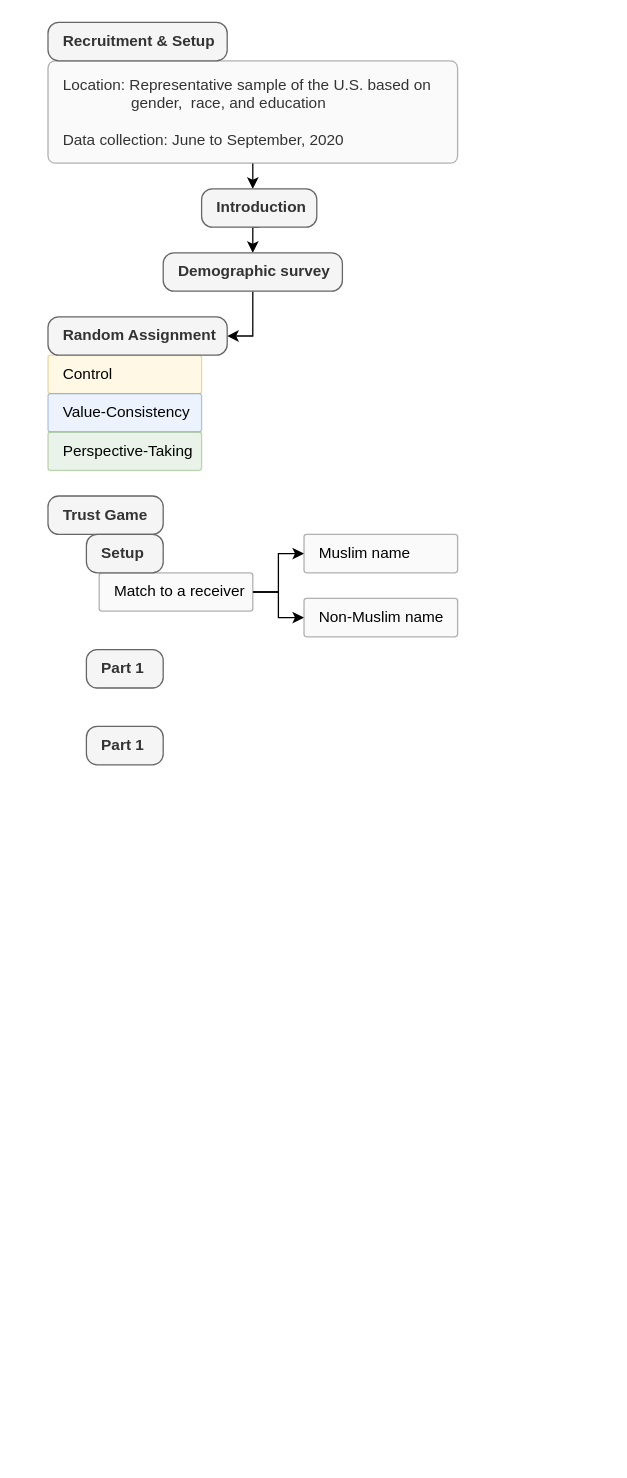
Earlier version of the draw.io diagram Muslim.drawio (changgge/changgge). Source tidied: cells renumbered, new cells numbered last; positions are measured from the earlier drawing's top-left corner, leaving out a move shared by most shapes. Both pictures are drawn from the tidied source at 128%, with x=0, y=0 at pixel (47, 22).
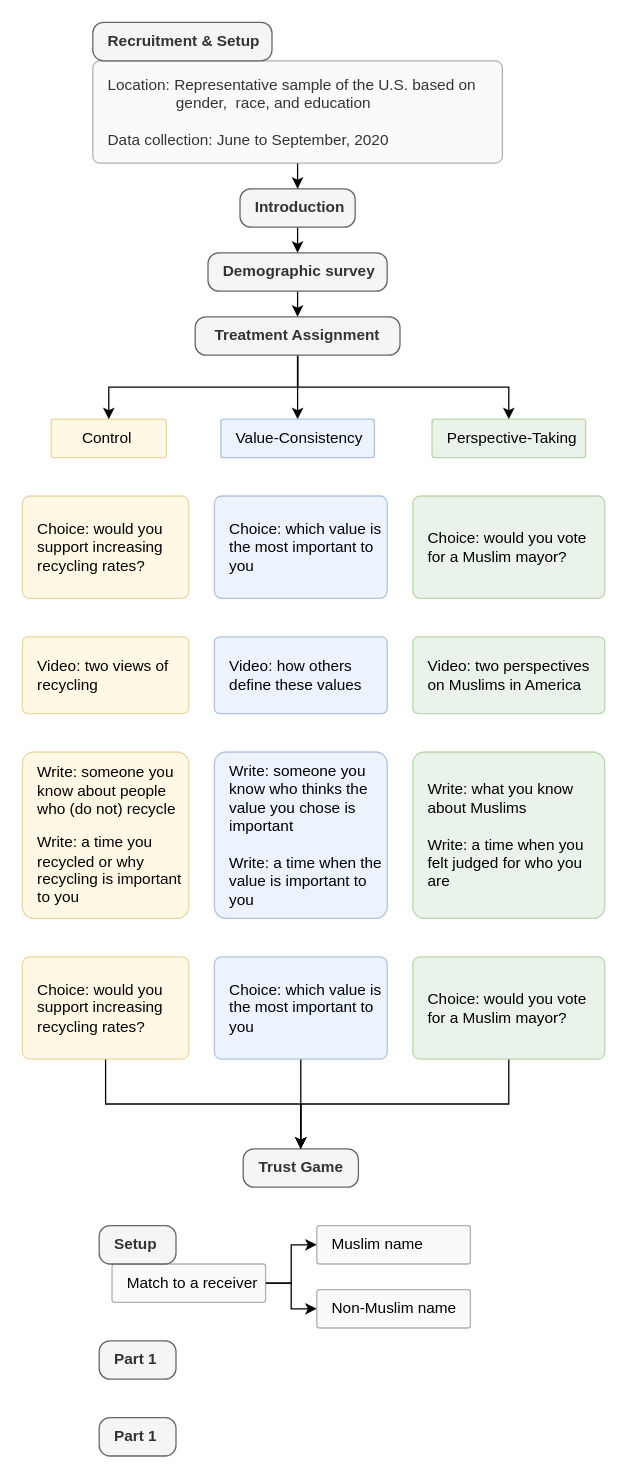
Above is the later version.

Diff of the diagram source:
```diff
@@
-    <mxCell id="2" style="edgeStyle=orthogonalEdgeStyle;rounded=0;jettySize=auto;html=1;" parent="1" edge="1" source="3">
-      <mxGeometry relative="1" as="geometry">
-        <mxPoint x="160" y="130" as="targetPoint" />
-      </mxGeometry>
-    </mxCell>
+    <mxCell id="22" style="edgeStyle=orthogonalEdgeStyle;rounded=0;jettySize=auto;html=1;exitX=0.5;exitY=1;exitDx=0;exitDy=0;" parent="1" edge="1" source="3" target="7">
+      <mxGeometry relative="1" as="geometry" />
+    </mxCell>
     <mxCell id="3" value="Location: Representative sample of the U.S. based on&amp;nbsp;&lt;div&gt;&lt;span style=&quot;white-space: pre;&quot;&gt;&#9;&lt;/span&gt;&lt;span style=&quot;white-space: pre;&quot;&gt;&#9;&lt;/span&gt;gender, &amp;nbsp;race, and education&lt;div&gt;&lt;br&gt;&lt;/div&gt;&lt;div&gt;&lt;span style=&quot;white-space: pre;&quot;&gt;Data collection: June to September, 2020&lt;/span&gt;&lt;/div&gt;&lt;/div&gt;" style="rounded=1;whiteSpace=wrap;html=1;align=left;spacingLeft=10;fillColor=#f5f5f5;strokeColor=#666666;arcSize=7;opacity=50;fontColor=#333333;" parent="1" vertex="1">
-      <mxGeometry y="30" width="320" height="80" as="geometry" />
+      <mxGeometry x="35" y="30" width="320" height="80" as="geometry" />
     </mxCell>
     <mxCell id="4" value="Recruitment &amp;amp; Setup" style="rounded=1;whiteSpace=wrap;html=1;align=left;spacingLeft=10;fillColor=#f5f5f5;strokeColor=#666666;arcSize=28;fontStyle=1;fontColor=#333333;" parent="1" vertex="1">
-      <mxGeometry width="140" height="30" as="geometry" />
+      <mxGeometry x="35" width="140" height="30" as="geometry" />
     </mxCell>
-    <mxCell id="5" value="&lt;span style=&quot;color: rgb(0, 0, 0);&quot;&gt;Control&amp;nbsp;&lt;/span&gt;" style="rounded=1;whiteSpace=wrap;html=1;align=left;spacingLeft=10;fillColor=#fff2cc;strokeColor=#d6b656;arcSize=7;opacity=50;" parent="1" vertex="1">
-      <mxGeometry y="260" width="120" height="30" as="geometry" />
+    <mxCell id="5" value="&lt;span style=&quot;color: rgb(0, 0, 0);&quot;&gt;Control&amp;nbsp;&lt;/span&gt;" style="rounded=1;whiteSpace=wrap;html=1;align=center;spacingLeft=0;fillColor=#fff2cc;strokeColor=#d6b656;arcSize=7;opacity=50;" parent="1" vertex="1">
+      <mxGeometry x="2.5" y="310" width="90" height="30" as="geometry" />
     </mxCell>
@@
     <mxCell id="7" value="Introduction" style="rounded=1;whiteSpace=wrap;html=1;align=left;spacingLeft=10;fillColor=#f5f5f5;strokeColor=#666666;arcSize=28;fontStyle=1;fontColor=#333333;" parent="1" vertex="1">
-      <mxGeometry x="120" y="130" width="90" height="30" as="geometry" />
+      <mxGeometry x="150" y="130" width="90" height="30" as="geometry" />
     </mxCell>
-    <mxCell id="8" style="edgeStyle=orthogonalEdgeStyle;rounded=0;jettySize=auto;html=1;exitX=0.5;exitY=1;exitDx=0;exitDy=0;entryX=1;entryY=0.5;entryDx=0;entryDy=0;" parent="1" edge="1" source="9" target="10">
+    <mxCell id="8" style="edgeStyle=orthogonalEdgeStyle;rounded=0;jettySize=auto;html=1;exitX=0.5;exitY=1;exitDx=0;exitDy=0;entryX=0.5;entryY=0;entryDx=0;entryDy=0;" parent="1" edge="1" source="9" target="10">
       <mxGeometry relative="1" as="geometry" />
     </mxCell>
     <mxCell id="9" value="Demographic survey" style="rounded=1;whiteSpace=wrap;html=1;align=left;spacingLeft=10;fillColor=#f5f5f5;strokeColor=#666666;arcSize=28;fontStyle=1;fontColor=#333333;" parent="1" vertex="1">
-      <mxGeometry x="90" y="180" width="140" height="30" as="geometry" />
+      <mxGeometry x="125" y="180" width="140" height="30" as="geometry" />
     </mxCell>
+    <mxCell id="23" style="edgeStyle=orthogonalEdgeStyle;rounded=0;jettySize=auto;html=1;exitX=0.5;exitY=1;exitDx=0;exitDy=0;entryX=0.5;entryY=0;entryDx=0;entryDy=0;" parent="1" edge="1" source="10" target="5">
+      <mxGeometry relative="1" as="geometry" />
+    </mxCell>
+    <mxCell id="24" style="edgeStyle=orthogonalEdgeStyle;rounded=0;jettySize=auto;html=1;exitX=0.5;exitY=1;exitDx=0;exitDy=0;entryX=0.5;entryY=0;entryDx=0;entryDy=0;" parent="1" edge="1" source="10" target="11">
+      <mxGeometry relative="1" as="geometry" />
+    </mxCell>
+    <mxCell id="25" style="edgeStyle=orthogonalEdgeStyle;rounded=0;jettySize=auto;html=1;exitX=0.5;exitY=1;exitDx=0;exitDy=0;entryX=0.5;entryY=0;entryDx=0;entryDy=0;" parent="1" edge="1" source="10" target="12">
+      <mxGeometry relative="1" as="geometry" />
+    </mxCell>
-    <mxCell id="10" value="Random Assignment" style="rounded=1;whiteSpace=wrap;html=1;align=left;spacingLeft=10;fillColor=#f5f5f5;strokeColor=#666666;arcSize=28;fontStyle=1;fontColor=#333333;" parent="1" vertex="1">
-      <mxGeometry y="230" width="140" height="30" as="geometry" />
+    <mxCell id="10" value="Treatment Assignment" style="rounded=1;whiteSpace=wrap;html=1;align=center;spacingLeft=0;fillColor=#f5f5f5;strokeColor=#666666;arcSize=28;fontStyle=1;fontColor=#333333;" parent="1" vertex="1">
+      <mxGeometry x="115" y="230" width="160" height="30" as="geometry" />
     </mxCell>
     <mxCell id="11" value="Value-Consistency" style="rounded=1;whiteSpace=wrap;html=1;align=left;spacingLeft=10;fillColor=#dae8fc;strokeColor=#6c8ebf;arcSize=7;opacity=50;" parent="1" vertex="1">
-      <mxGeometry y="290" width="120" height="30" as="geometry" />
+      <mxGeometry x="135" y="310" width="120" height="30" as="geometry" />
     </mxCell>
     <mxCell id="12" value="Perspective-Taking" style="rounded=1;whiteSpace=wrap;html=1;align=left;spacingLeft=10;fillColor=#d5e8d4;strokeColor=#82b366;arcSize=7;opacity=50;" parent="1" vertex="1">
-      <mxGeometry y="320" width="120" height="30" as="geometry" />
+      <mxGeometry x="300" y="310" width="120" height="30" as="geometry" />
     </mxCell>
     <mxCell id="13" value="Trust Game" style="rounded=1;whiteSpace=wrap;html=1;align=left;spacingLeft=10;fillColor=#f5f5f5;strokeColor=#666666;arcSize=28;fontStyle=1;fontColor=#333333;" parent="1" vertex="1">
-      <mxGeometry y="370" width="90" height="30" as="geometry" />
+      <mxGeometry x="152.5" y="880" width="90" height="30" as="geometry" />
     </mxCell>
     <mxCell id="14" style="edgeStyle=orthogonalEdgeStyle;rounded=0;jettySize=auto;html=1;exitX=1;exitY=0.5;exitDx=0;exitDy=0;entryX=0;entryY=0.5;entryDx=0;entryDy=0;" parent="1" edge="1" source="16" target="17">
       <mxGeometry relative="1" as="geometry">
         <Array as="points">
-          <mxPoint x="180" y="445" />
-          <mxPoint x="180" y="415" />
+          <mxPoint x="190" y="985" />
+          <mxPoint x="190" y="955" />
         </Array>
       </mxGeometry>
     </mxCell>
     <mxCell id="15" style="edgeStyle=orthogonalEdgeStyle;rounded=0;jettySize=auto;html=1;exitX=1;exitY=0.5;exitDx=0;exitDy=0;entryX=0;entryY=0.5;entryDx=0;entryDy=0;" parent="1" edge="1" source="16" target="18">
       <mxGeometry relative="1" as="geometry">
         <Array as="points">
-          <mxPoint x="180" y="445" />
-          <mxPoint x="180" y="465" />
+          <mxPoint x="190" y="985" />
+          <mxPoint x="190" y="1005" />
         </Array>
       </mxGeometry>
     </mxCell>
     <mxCell id="16" value="&lt;span style=&quot;color: rgb(0, 0, 0);&quot;&gt;Match to a receiver&lt;/span&gt;" style="rounded=1;whiteSpace=wrap;html=1;align=left;spacingLeft=10;fillColor=#f5f5f5;strokeColor=#666666;arcSize=7;opacity=50;fontColor=#333333;" parent="1" vertex="1">
-      <mxGeometry x="40" y="430" width="120" height="30" as="geometry" />
+      <mxGeometry x="50" y="970" width="120" height="30" as="geometry" />
     </mxCell>
     <mxCell id="17" value="&lt;span style=&quot;color: rgb(0, 0, 0);&quot;&gt;Muslim name&lt;/span&gt;" style="rounded=1;whiteSpace=wrap;html=1;align=left;spacingLeft=10;fillColor=#f5f5f5;strokeColor=#666666;arcSize=7;opacity=50;fontColor=#333333;" parent="1" vertex="1">
-      <mxGeometry x="200" y="400" width="120" height="30" as="geometry" />
+      <mxGeometry x="210" y="940" width="120" height="30" as="geometry" />
     </mxCell>
     <mxCell id="18" value="&lt;span style=&quot;color: rgb(0, 0, 0);&quot;&gt;Non-Muslim name&lt;/span&gt;" style="rounded=1;whiteSpace=wrap;html=1;align=left;spacingLeft=10;fillColor=#f5f5f5;strokeColor=#666666;arcSize=7;opacity=50;fontColor=#333333;" parent="1" vertex="1">
-      <mxGeometry x="200" y="450" width="120" height="30" as="geometry" />
+      <mxGeometry x="210" y="990" width="120" height="30" as="geometry" />
     </mxCell>
     <mxCell id="19" value="Part 1" style="rounded=1;whiteSpace=wrap;html=1;align=left;spacingLeft=10;fillColor=#f5f5f5;strokeColor=#666666;arcSize=28;fontStyle=1;fontColor=#333333;" parent="1" vertex="1">
-      <mxGeometry x="30" y="490" width="60" height="30" as="geometry" />
+      <mxGeometry x="40" y="1030" width="60" height="30" as="geometry" />
     </mxCell>
     <mxCell id="20" value="Part 1" style="rounded=1;whiteSpace=wrap;html=1;align=left;spacingLeft=10;fillColor=#f5f5f5;strokeColor=#666666;arcSize=28;fontStyle=1;fontColor=#333333;" parent="1" vertex="1">
-      <mxGeometry x="30" y="550" width="60" height="30" as="geometry" />
+      <mxGeometry x="40" y="1090" width="60" height="30" as="geometry" />
     </mxCell>
     <mxCell id="21" value="Setup" style="rounded=1;whiteSpace=wrap;html=1;align=left;spacingLeft=10;fillColor=#f5f5f5;strokeColor=#666666;arcSize=28;fontStyle=1;fontColor=#333333;" parent="1" vertex="1">
-      <mxGeometry x="30" y="400" width="60" height="30" as="geometry" />
+      <mxGeometry x="40" y="940" width="60" height="30" as="geometry" />
     </mxCell>
+    <mxCell id="26" value="&lt;p&gt;&lt;font&gt;&lt;span style=&quot;color: rgb(0, 0, 0);&quot;&gt;Choice: would you s&lt;/span&gt;upport increasing recycling rates?&lt;/font&gt;&lt;/p&gt;" style="rounded=1;whiteSpace=wrap;html=1;align=left;spacingLeft=10;fillColor=#fff2cc;strokeColor=#d6b656;arcSize=7;opacity=50;" parent="1" vertex="1">
+      <mxGeometry x="-20" y="370" width="130" height="80" as="geometry" />
+    </mxCell>
+    <mxCell id="27" value="&lt;p&gt;Video: two views of recycling&lt;/p&gt;" style="rounded=1;whiteSpace=wrap;html=1;align=left;spacingLeft=10;fillColor=#fff2cc;strokeColor=#d6b656;arcSize=7;opacity=50;" parent="1" vertex="1">
+      <mxGeometry x="-20" y="480" width="130" height="60" as="geometry" />
+    </mxCell>
+    <mxCell id="28" value="&lt;p&gt;Write: someone you know about people who (do not) recycle&lt;/p&gt;&lt;p&gt;Write: a time you recycled or why recycling is important to you&lt;/p&gt;" style="rounded=1;whiteSpace=wrap;html=1;align=left;spacingLeft=10;fillColor=#fff2cc;strokeColor=#d6b656;arcSize=7;opacity=50;" parent="1" vertex="1">
+      <mxGeometry x="-20" y="570" width="130" height="130" as="geometry" />
+    </mxCell>
+    <mxCell id="29" value="Choice: which value is the most important to you" style="rounded=1;whiteSpace=wrap;html=1;align=left;spacingLeft=10;fillColor=#dae8fc;strokeColor=#6c8ebf;arcSize=7;opacity=50;" parent="1" vertex="1">
+      <mxGeometry x="130" y="370" width="135" height="80" as="geometry" />
+    </mxCell>
+    <mxCell id="30" value="Choice: would you vote for a Muslim mayor?" style="rounded=1;whiteSpace=wrap;html=1;align=left;spacingLeft=10;fillColor=#d5e8d4;strokeColor=#82b366;arcSize=7;opacity=50;" parent="1" vertex="1">
+      <mxGeometry x="285" y="370" width="150" height="80" as="geometry" />
+    </mxCell>
+    <mxCell id="31" value="Video: two perspectives on Muslims in America" style="rounded=1;whiteSpace=wrap;html=1;align=left;spacingLeft=10;fillColor=#d5e8d4;strokeColor=#82b366;arcSize=7;opacity=50;" parent="1" vertex="1">
+      <mxGeometry x="285" y="480" width="150" height="60" as="geometry" />
+    </mxCell>
+    <mxCell id="32" value="Write: what you know about Muslims&amp;nbsp;&lt;div&gt;&lt;br&gt;&lt;div&gt;Write: a time when you felt judged for who you are&lt;/div&gt;&lt;/div&gt;" style="rounded=1;whiteSpace=wrap;html=1;align=left;spacingLeft=10;fillColor=#d5e8d4;strokeColor=#82b366;arcSize=7;opacity=50;" parent="1" vertex="1">
+      <mxGeometry x="285" y="570" width="150" height="130" as="geometry" />
+    </mxCell>
+    <mxCell id="33" style="edgeStyle=orthogonalEdgeStyle;rounded=0;jettySize=auto;html=1;exitX=0.5;exitY=1;exitDx=0;exitDy=0;entryX=0.5;entryY=0;entryDx=0;entryDy=0;" parent="1" edge="1" source="34" target="13">
+      <mxGeometry relative="1" as="geometry" />
+    </mxCell>
+    <mxCell id="34" value="&lt;p&gt;&lt;font&gt;&lt;span style=&quot;color: rgb(0, 0, 0);&quot;&gt;Choice: would you s&lt;/span&gt;upport increasing recycling rates?&lt;/font&gt;&lt;/p&gt;" style="rounded=1;whiteSpace=wrap;html=1;align=left;spacingLeft=10;fillColor=#fff2cc;strokeColor=#d6b656;arcSize=7;opacity=50;" parent="1" vertex="1">
+      <mxGeometry x="-20" y="730" width="130" height="80" as="geometry" />
+    </mxCell>
+    <mxCell id="35" style="edgeStyle=orthogonalEdgeStyle;rounded=0;jettySize=auto;html=1;exitX=0.5;exitY=1;exitDx=0;exitDy=0;entryX=0.5;entryY=0;entryDx=0;entryDy=0;" parent="1" edge="1" source="36" target="13">
+      <mxGeometry relative="1" as="geometry" />
+    </mxCell>
+    <mxCell id="36" value="Choice: would you vote for a Muslim mayor?" style="rounded=1;whiteSpace=wrap;html=1;align=left;spacingLeft=10;fillColor=#d5e8d4;strokeColor=#82b366;arcSize=7;opacity=50;" parent="1" vertex="1">
+      <mxGeometry x="285" y="730" width="150" height="80" as="geometry" />
+    </mxCell>
+    <mxCell id="37" value="Video: how others define these values" style="rounded=1;whiteSpace=wrap;html=1;align=left;spacingLeft=10;fillColor=#dae8fc;strokeColor=#6c8ebf;arcSize=7;opacity=50;" parent="1" vertex="1">
+      <mxGeometry x="130" y="480" width="135" height="60" as="geometry" />
+    </mxCell>
+    <mxCell id="38" value="Write: someone you know who thinks the value you chose is important&amp;nbsp;&lt;div&gt;&lt;br&gt;&lt;/div&gt;&lt;div&gt;Write: a time when the value is important to you&lt;/div&gt;" style="rounded=1;whiteSpace=wrap;html=1;align=left;spacingLeft=10;fillColor=#dae8fc;strokeColor=#6c8ebf;arcSize=7;opacity=50;" parent="1" vertex="1">
+      <mxGeometry x="130" y="570" width="135" height="130" as="geometry" />
+    </mxCell>
+    <mxCell id="39" style="edgeStyle=orthogonalEdgeStyle;rounded=0;jettySize=auto;html=1;exitX=0.5;exitY=1;exitDx=0;exitDy=0;entryX=0.5;entryY=0;entryDx=0;entryDy=0;" parent="1" edge="1" source="40" target="13">
+      <mxGeometry relative="1" as="geometry" />
+    </mxCell>
+    <mxCell id="40" value="Choice: which value is the most important to you" style="rounded=1;whiteSpace=wrap;html=1;align=left;spacingLeft=10;fillColor=#dae8fc;strokeColor=#6c8ebf;arcSize=7;opacity=50;" parent="1" vertex="1">
+      <mxGeometry x="130" y="730" width="135" height="80" as="geometry" />
+    </mxCell>
```
